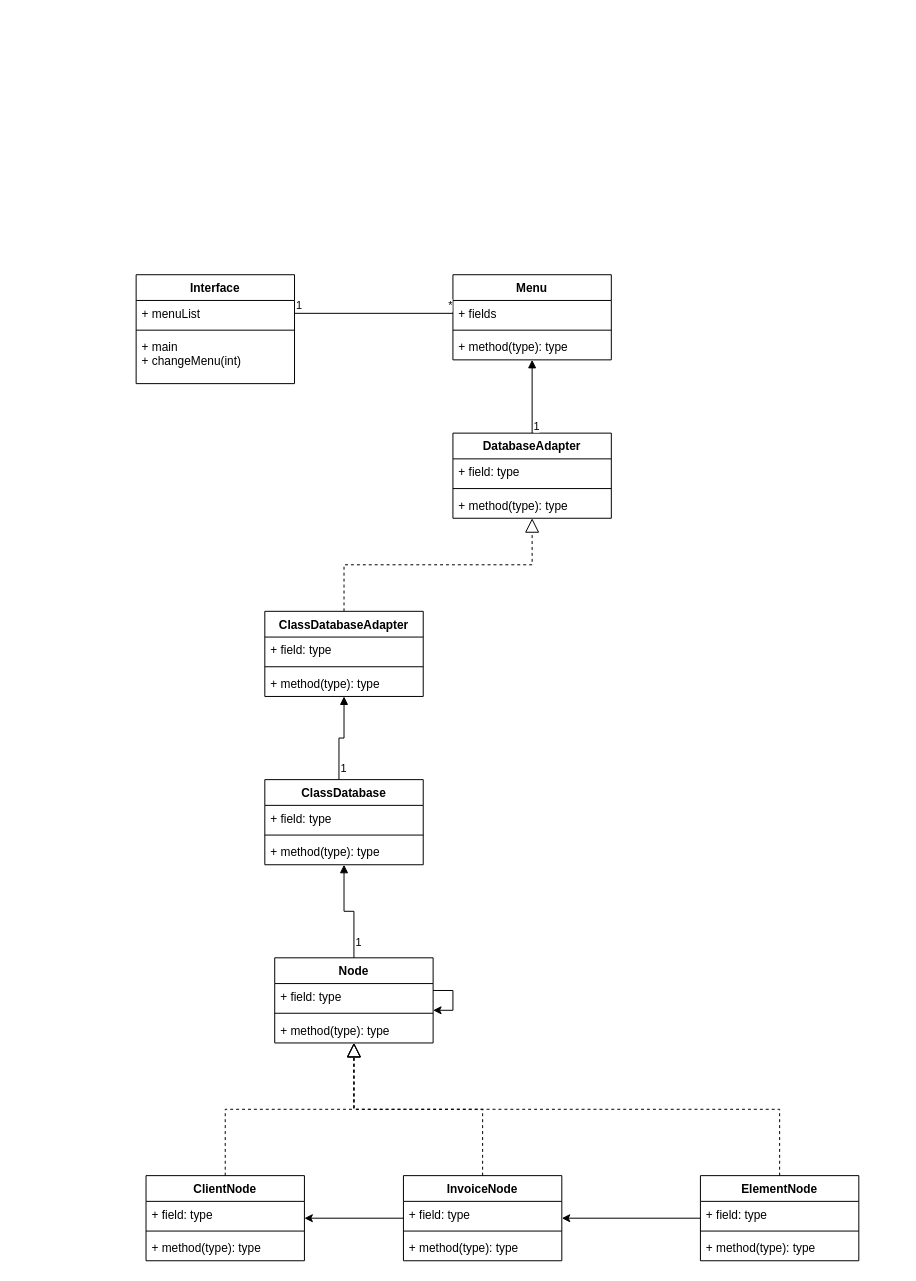
Earlier version of the draw.io diagram ClassDiagram.drawio (JanWolski/InvoiceManager). Source tidied: cells renumbered, new cells numbered last; positions are measured from the earlier drawing's top-left corner, leaving out a move shared by most shapes. Both pictures are drawn from the tidied source at 99%, with x=0, y=0 at pixel (136, 274).
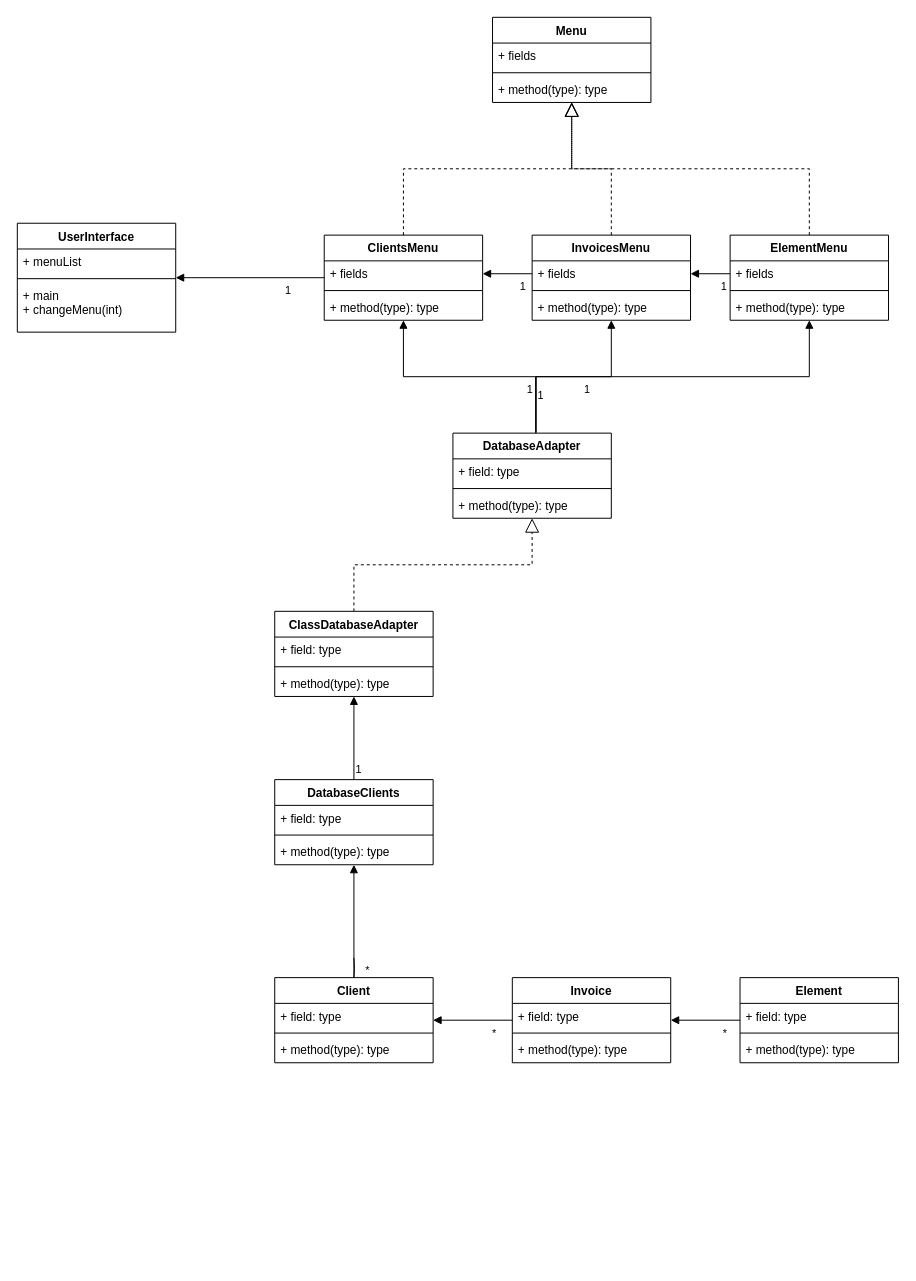
The same page after the edit.

The change refers to these unchanged cells:
```xml
<mxCell id="3" value="+ menuList" style="text;strokeColor=none;fillColor=none;align=left;verticalAlign=top;spacingLeft=4;spacingRight=4;overflow=hidden;points=[[0,0.5],[1,0.5]];portConstraint=eastwest;" parent="2" vertex="1">
  <mxGeometry y="26" width="160" height="26" as="geometry" />
</mxCell>
<mxCell id="7" value="+ fields" style="text;strokeColor=none;fillColor=none;align=left;verticalAlign=top;spacingLeft=4;spacingRight=4;overflow=hidden;points=[[0,0.5],[1,0.5]];portConstraint=eastwest;" parent="6" vertex="1">
  <mxGeometry y="26" width="160" height="26" as="geometry" />
</mxCell>
<mxCell id="13" value="DatabaseAdapter" style="swimlane;fontStyle=1;align=center;verticalAlign=top;horizontal=1;startSize=26;" parent="1" vertex="1">
  <mxGeometry x="320" y="160" width="160" height="86" as="geometry" />
</mxCell>
```

Change to the diagram source:
```diff
@@
-    <mxCell id="2" value="Interface" style="swimlane;fontStyle=1;align=center;verticalAlign=top;horizontal=1;startSize=26;" parent="1" vertex="1">
-      <mxGeometry width="160" height="110" as="geometry" />
+    <mxCell id="2" value="UserInterface" style="swimlane;fontStyle=1;align=center;verticalAlign=top;horizontal=1;startSize=26;" parent="1" vertex="1">
+      <mxGeometry x="-120" y="-52" width="160" height="110" as="geometry" />
     </mxCell>
@@
     <mxCell id="6" value="Menu" style="swimlane;fontStyle=1;align=center;verticalAlign=top;horizontal=1;startSize=26;" parent="1" vertex="1">
-      <mxGeometry x="320" width="160" height="86" as="geometry" />
+      <mxGeometry x="360" y="-260" width="160" height="86" as="geometry" />
     </mxCell>
@@
-    <mxCell id="10" style="endArrow=none;html=1;edgeStyle=orthogonalEdgeStyle;rounded=0;exitX=1;exitY=0.5;exitDx=0;exitDy=0;entryX=0;entryY=0.5;entryDx=0;entryDy=0;" parent="1" edge="1" source="3" target="7">
-      <mxGeometry relative="1" as="geometry" />
-    </mxCell>
-    <mxCell id="11" value="1" style="edgeLabel;html=1;align=left;verticalAlign=bottom;" parent="10" vertex="1">
-      <mxGeometry x="-1" relative="1" as="geometry" />
-    </mxCell>
-    <mxCell id="12" value="*" style="edgeLabel;html=1;align=right;verticalAlign=bottom;" parent="10" vertex="1">
-      <mxGeometry x="1" relative="1" as="geometry" />
-    </mxCell>
@@
-    <mxCell id="17" value="1" style="endArrow=block;endFill=1;html=1;edgeStyle=orthogonalEdgeStyle;align=left;verticalAlign=top;rounded=0;exitX=0.5;exitY=0;exitDx=0;exitDy=0;" parent="1" edge="1" source="13" target="6">
-      <mxGeometry x="-0.46" relative="1" as="geometry" />
-    </mxCell>
@@
     <mxCell id="19" value="ClassDatabaseAdapter" style="swimlane;fontStyle=1;align=center;verticalAlign=top;horizontal=1;startSize=26;" parent="1" vertex="1">
-      <mxGeometry x="130" y="340" width="160" height="86" as="geometry" />
+      <mxGeometry x="140" y="340" width="160" height="86" as="geometry" />
     </mxCell>
@@
-    <mxCell id="23" value="ClassDatabase" style="swimlane;fontStyle=1;align=center;verticalAlign=top;horizontal=1;startSize=26;" parent="1" vertex="1">
-      <mxGeometry x="130" y="510" width="160" height="86" as="geometry" />
+    <mxCell id="23" value="DatabaseClients" style="swimlane;fontStyle=1;align=center;verticalAlign=top;horizontal=1;startSize=26;" parent="1" vertex="1">
+      <mxGeometry x="140" y="510" width="160" height="86" as="geometry" />
     </mxCell>
@@
-    <mxCell id="27" value="Node" style="swimlane;fontStyle=1;align=center;verticalAlign=top;horizontal=1;startSize=26;" parent="1" vertex="1">
-      <mxGeometry x="140" y="690" width="160" height="86" as="geometry" />
-    </mxCell>
-    <mxCell id="28" value="+ field: type" style="text;strokeColor=none;fillColor=none;align=left;verticalAlign=top;spacingLeft=4;spacingRight=4;overflow=hidden;" parent="27" vertex="1">
-      <mxGeometry y="26" width="160" height="26" as="geometry" />
-    </mxCell>
-    <mxCell id="29" style="line;strokeWidth=1;fillColor=none;align=left;verticalAlign=middle;spacingTop=-1;spacingLeft=3;spacingRight=3;labelPosition=right;" parent="27" vertex="1">
-      <mxGeometry y="52" width="160" height="8" as="geometry" />
-    </mxCell>
-    <mxCell id="30" value="+ method(type): type" style="text;strokeColor=none;fillColor=none;align=left;verticalAlign=top;spacingLeft=4;spacingRight=4;overflow=hidden;" parent="27" vertex="1">
-      <mxGeometry y="60" width="160" height="26" as="geometry" />
-    </mxCell>
-    <mxCell id="31" value="1" style="endArrow=block;endFill=1;html=1;edgeStyle=orthogonalEdgeStyle;align=left;verticalAlign=top;rounded=0;exitX=0.468;exitY=0.001;exitDx=0;exitDy=0;exitPerimeter=0;" parent="1" edge="1" source="23" target="19">
+    <mxCell id="31" value="1" style="endArrow=block;endFill=1;html=1;edgeStyle=orthogonalEdgeStyle;align=left;verticalAlign=top;rounded=0;exitX=0.5;exitY=0;exitDx=0;exitDy=0;" parent="1" edge="1" source="23" target="19">
       <mxGeometry x="-0.46" relative="1" as="geometry" />
     </mxCell>
-    <mxCell id="32" value="1" style="endArrow=block;endFill=1;html=1;edgeStyle=orthogonalEdgeStyle;align=left;verticalAlign=top;rounded=0;exitX=0.5;exitY=0;exitDx=0;exitDy=0;" parent="1" edge="1" source="27" target="23">
-      <mxGeometry x="-0.46" relative="1" as="geometry" />
+    <mxCell id="32" value="*" style="endArrow=block;endFill=1;html=1;edgeStyle=orthogonalEdgeStyle;align=left;verticalAlign=top;rounded=0;exitX=0.5;exitY=0;exitDx=0;exitDy=0;startArrow=none;" parent="1" edge="1" source="51" target="23">
+      <mxGeometry x="-0.65" y="-10" relative="1" as="geometry" />
     </mxCell>
-    <mxCell id="33" style="edgeStyle=orthogonalEdgeStyle;rounded=0;orthogonalLoop=1;jettySize=auto;html=1;" parent="1" edge="1" source="27" target="27">
-      <mxGeometry relative="1" as="geometry" />
-    </mxCell>
-    <mxCell id="34" value="ClientNode" style="swimlane;fontStyle=1;align=center;verticalAlign=top;horizontal=1;startSize=26;" parent="1" vertex="1">
-      <mxGeometry x="10" y="910" width="160" height="86" as="geometry" />
-    </mxCell>
-    <mxCell id="35" value="+ field: type" style="text;strokeColor=none;fillColor=none;align=left;verticalAlign=top;spacingLeft=4;spacingRight=4;overflow=hidden;" parent="34" vertex="1">
-      <mxGeometry y="26" width="160" height="26" as="geometry" />
-    </mxCell>
-    <mxCell id="36" style="line;strokeWidth=1;fillColor=none;align=left;verticalAlign=middle;spacingTop=-1;spacingLeft=3;spacingRight=3;labelPosition=right;" parent="34" vertex="1">
-      <mxGeometry y="52" width="160" height="8" as="geometry" />
-    </mxCell>
-    <mxCell id="37" value="+ method(type): type" style="text;strokeColor=none;fillColor=none;align=left;verticalAlign=top;spacingLeft=4;spacingRight=4;overflow=hidden;" parent="34" vertex="1">
-      <mxGeometry y="60" width="160" height="26" as="geometry" />
-    </mxCell>
-    <mxCell id="38" style="endArrow=block;dashed=1;endFill=0;endSize=12;html=1;rounded=0;edgeStyle=orthogonalEdgeStyle;exitX=0.5;exitY=0;exitDx=0;exitDy=0;" parent="1" edge="1" source="34" target="27">
-      <mxGeometry relative="1" as="geometry" />
-    </mxCell>
-    <mxCell id="39" style="edgeStyle=orthogonalEdgeStyle;rounded=0;jettySize=auto;html=1;" parent="1" edge="1" source="40" target="34">
-      <mxGeometry relative="1" as="geometry" />
-    </mxCell>
-    <mxCell id="40" value="InvoiceNode" style="swimlane;fontStyle=1;align=center;verticalAlign=top;horizontal=1;startSize=26;" parent="1" vertex="1">
-      <mxGeometry x="270" y="910" width="160" height="86" as="geometry" />
-    </mxCell>
-    <mxCell id="41" value="+ field: type" style="text;strokeColor=none;fillColor=none;align=left;verticalAlign=top;spacingLeft=4;spacingRight=4;overflow=hidden;" parent="40" vertex="1">
-      <mxGeometry y="26" width="160" height="26" as="geometry" />
-    </mxCell>
-    <mxCell id="42" style="line;strokeWidth=1;fillColor=none;align=left;verticalAlign=middle;spacingTop=-1;spacingLeft=3;spacingRight=3;labelPosition=right;" parent="40" vertex="1">
-      <mxGeometry y="52" width="160" height="8" as="geometry" />
-    </mxCell>
-    <mxCell id="43" value="+ method(type): type" style="text;strokeColor=none;fillColor=none;align=left;verticalAlign=top;spacingLeft=4;spacingRight=4;overflow=hidden;" parent="40" vertex="1">
-      <mxGeometry y="60" width="160" height="26" as="geometry" />
-    </mxCell>
-    <mxCell id="44" style="endArrow=block;dashed=1;endFill=0;endSize=12;html=1;rounded=0;edgeStyle=orthogonalEdgeStyle;exitX=0.5;exitY=0;exitDx=0;exitDy=0;" parent="1" edge="1" source="40" target="27">
-      <mxGeometry relative="1" as="geometry" />
-    </mxCell>
-    <mxCell id="45" style="edgeStyle=orthogonalEdgeStyle;rounded=0;jettySize=auto;html=1;" parent="1" edge="1" source="46" target="40">
-      <mxGeometry relative="1" as="geometry" />
-    </mxCell>
-    <mxCell id="46" value="ElementNode" style="swimlane;fontStyle=1;align=center;verticalAlign=top;horizontal=1;startSize=26;" parent="1" vertex="1">
-      <mxGeometry x="570" y="910" width="160" height="86" as="geometry" />
-    </mxCell>
-    <mxCell id="47" value="+ field: type" style="text;strokeColor=none;fillColor=none;align=left;verticalAlign=top;spacingLeft=4;spacingRight=4;overflow=hidden;" parent="46" vertex="1">
-      <mxGeometry y="26" width="160" height="26" as="geometry" />
-    </mxCell>
-    <mxCell id="48" style="line;strokeWidth=1;fillColor=none;align=left;verticalAlign=middle;spacingTop=-1;spacingLeft=3;spacingRight=3;labelPosition=right;" parent="46" vertex="1">
-      <mxGeometry y="52" width="160" height="8" as="geometry" />
-    </mxCell>
-    <mxCell id="49" value="+ method(type): type" style="text;strokeColor=none;fillColor=none;align=left;verticalAlign=top;spacingLeft=4;spacingRight=4;overflow=hidden;" parent="46" vertex="1">
-      <mxGeometry y="60" width="160" height="26" as="geometry" />
-    </mxCell>
-    <mxCell id="50" style="endArrow=block;dashed=1;endFill=0;endSize=12;html=1;rounded=0;edgeStyle=orthogonalEdgeStyle;exitX=0.5;exitY=0;exitDx=0;exitDy=0;" parent="1" edge="1" source="46" target="27">
-      <mxGeometry relative="1" as="geometry" />
-    </mxCell>
+    <mxCell id="51" value="Client&#10;" style="swimlane;fontStyle=1;align=center;verticalAlign=top;horizontal=1;startSize=26;" parent="1" vertex="1">
+      <mxGeometry x="140" y="710" width="160" height="86" as="geometry" />
+    </mxCell>
+    <mxCell id="52" value="+ field: type" style="text;strokeColor=none;fillColor=none;align=left;verticalAlign=top;spacingLeft=4;spacingRight=4;overflow=hidden;" parent="51" vertex="1">
+      <mxGeometry y="26" width="160" height="26" as="geometry" />
+    </mxCell>
+    <mxCell id="53" style="line;strokeWidth=1;fillColor=none;align=left;verticalAlign=middle;spacingTop=-1;spacingLeft=3;spacingRight=3;labelPosition=right;" parent="51" vertex="1">
+      <mxGeometry y="52" width="160" height="8" as="geometry" />
+    </mxCell>
+    <mxCell id="54" value="+ method(type): type" style="text;strokeColor=none;fillColor=none;align=left;verticalAlign=top;spacingLeft=4;spacingRight=4;overflow=hidden;" parent="51" vertex="1">
+      <mxGeometry y="60" width="160" height="26" as="geometry" />
+    </mxCell>
+    <mxCell id="55" style="endArrow=none;endFill=1;html=1;edgeStyle=orthogonalEdgeStyle;align=left;verticalAlign=top;rounded=0;exitX=0.5;exitY=0;exitDx=0;exitDy=0;" parent="1" edge="1" target="51">
+      <mxGeometry x="-0.46" relative="1" as="geometry">
+        <mxPoint x="220" y="690" as="sourcePoint" />
+      </mxGeometry>
+    </mxCell>
+    <mxCell id="56" value="Invoice" style="swimlane;fontStyle=1;align=center;verticalAlign=top;horizontal=1;startSize=26;" parent="1" vertex="1">
+      <mxGeometry x="380" y="710" width="160" height="86" as="geometry" />
+    </mxCell>
+    <mxCell id="57" value="+ field: type" style="text;strokeColor=none;fillColor=none;align=left;verticalAlign=top;spacingLeft=4;spacingRight=4;overflow=hidden;" parent="56" vertex="1">
+      <mxGeometry y="26" width="160" height="26" as="geometry" />
+    </mxCell>
+    <mxCell id="58" style="line;strokeWidth=1;fillColor=none;align=left;verticalAlign=middle;spacingTop=-1;spacingLeft=3;spacingRight=3;labelPosition=right;" parent="56" vertex="1">
+      <mxGeometry y="52" width="160" height="8" as="geometry" />
+    </mxCell>
+    <mxCell id="59" value="+ method(type): type" style="text;strokeColor=none;fillColor=none;align=left;verticalAlign=top;spacingLeft=4;spacingRight=4;overflow=hidden;" parent="56" vertex="1">
+      <mxGeometry y="60" width="160" height="26" as="geometry" />
+    </mxCell>
+    <mxCell id="60" value="*" style="endArrow=block;endFill=1;html=1;edgeStyle=orthogonalEdgeStyle;align=left;verticalAlign=top;rounded=0;startArrow=none;" parent="1" edge="1" source="56" target="51">
+      <mxGeometry x="-0.46" relative="1" as="geometry" />
+    </mxCell>
+    <mxCell id="61" value="Element" style="swimlane;fontStyle=1;align=center;verticalAlign=top;horizontal=1;startSize=26;" parent="1" vertex="1">
+      <mxGeometry x="610" y="710" width="160" height="86" as="geometry" />
+    </mxCell>
+    <mxCell id="62" value="+ field: type" style="text;strokeColor=none;fillColor=none;align=left;verticalAlign=top;spacingLeft=4;spacingRight=4;overflow=hidden;" parent="61" vertex="1">
+      <mxGeometry y="26" width="160" height="26" as="geometry" />
+    </mxCell>
+    <mxCell id="63" style="line;strokeWidth=1;fillColor=none;align=left;verticalAlign=middle;spacingTop=-1;spacingLeft=3;spacingRight=3;labelPosition=right;" parent="61" vertex="1">
+      <mxGeometry y="52" width="160" height="8" as="geometry" />
+    </mxCell>
+    <mxCell id="64" value="+ method(type): type" style="text;strokeColor=none;fillColor=none;align=left;verticalAlign=top;spacingLeft=4;spacingRight=4;overflow=hidden;" parent="61" vertex="1">
+      <mxGeometry y="60" width="160" height="26" as="geometry" />
+    </mxCell>
+    <mxCell id="65" value="*" style="endArrow=block;endFill=1;html=1;edgeStyle=orthogonalEdgeStyle;align=left;verticalAlign=top;rounded=0;startArrow=none;" parent="1" edge="1" source="61" target="56">
+      <mxGeometry x="-0.46" relative="1" as="geometry" />
+    </mxCell>
+    <mxCell id="66" value="ClientsMenu" style="swimlane;fontStyle=1;align=center;verticalAlign=top;horizontal=1;startSize=26;" parent="1" vertex="1">
+      <mxGeometry x="190" y="-40" width="160" height="86" as="geometry" />
+    </mxCell>
+    <mxCell id="67" value="+ fields" style="text;strokeColor=none;fillColor=none;align=left;verticalAlign=top;spacingLeft=4;spacingRight=4;overflow=hidden;points=[[0,0.5],[1,0.5]];portConstraint=eastwest;" parent="66" vertex="1">
+      <mxGeometry y="26" width="160" height="26" as="geometry" />
+    </mxCell>
+    <mxCell id="68" style="line;strokeWidth=1;fillColor=none;align=left;verticalAlign=middle;spacingTop=-1;spacingLeft=3;spacingRight=3;labelPosition=right;" parent="66" vertex="1">
+      <mxGeometry y="52" width="160" height="8" as="geometry" />
+    </mxCell>
+    <mxCell id="69" value="+ method(type): type" style="text;strokeColor=none;fillColor=none;align=left;verticalAlign=top;spacingLeft=4;spacingRight=4;overflow=hidden;" parent="66" vertex="1">
+      <mxGeometry y="60" width="160" height="26" as="geometry" />
+    </mxCell>
+    <mxCell id="70" value="InvoicesMenu" style="swimlane;fontStyle=1;align=center;verticalAlign=top;horizontal=1;startSize=26;" parent="1" vertex="1">
+      <mxGeometry x="400" y="-40" width="160" height="86" as="geometry" />
+    </mxCell>
+    <mxCell id="71" value="+ fields" style="text;strokeColor=none;fillColor=none;align=left;verticalAlign=top;spacingLeft=4;spacingRight=4;overflow=hidden;points=[[0,0.5],[1,0.5]];portConstraint=eastwest;" parent="70" vertex="1">
+      <mxGeometry y="26" width="160" height="26" as="geometry" />
+    </mxCell>
+    <mxCell id="72" style="line;strokeWidth=1;fillColor=none;align=left;verticalAlign=middle;spacingTop=-1;spacingLeft=3;spacingRight=3;labelPosition=right;" parent="70" vertex="1">
+      <mxGeometry y="52" width="160" height="8" as="geometry" />
+    </mxCell>
+    <mxCell id="73" value="+ method(type): type" style="text;strokeColor=none;fillColor=none;align=left;verticalAlign=top;spacingLeft=4;spacingRight=4;overflow=hidden;" parent="70" vertex="1">
+      <mxGeometry y="60" width="160" height="26" as="geometry" />
+    </mxCell>
+    <mxCell id="74" value="ElementMenu" style="swimlane;fontStyle=1;align=center;verticalAlign=top;horizontal=1;startSize=26;" parent="1" vertex="1">
+      <mxGeometry x="600" y="-40" width="160" height="86" as="geometry" />
+    </mxCell>
+    <mxCell id="75" value="+ fields" style="text;strokeColor=none;fillColor=none;align=left;verticalAlign=top;spacingLeft=4;spacingRight=4;overflow=hidden;points=[[0,0.5],[1,0.5]];portConstraint=eastwest;" parent="74" vertex="1">
+      <mxGeometry y="26" width="160" height="26" as="geometry" />
+    </mxCell>
+    <mxCell id="76" style="line;strokeWidth=1;fillColor=none;align=left;verticalAlign=middle;spacingTop=-1;spacingLeft=3;spacingRight=3;labelPosition=right;" parent="74" vertex="1">
+      <mxGeometry y="52" width="160" height="8" as="geometry" />
+    </mxCell>
+    <mxCell id="77" value="+ method(type): type" style="text;strokeColor=none;fillColor=none;align=left;verticalAlign=top;spacingLeft=4;spacingRight=4;overflow=hidden;" parent="74" vertex="1">
+      <mxGeometry y="60" width="160" height="26" as="geometry" />
+    </mxCell>
+    <mxCell id="78" style="endArrow=block;dashed=1;endFill=0;endSize=12;html=1;rounded=0;edgeStyle=orthogonalEdgeStyle;exitX=0.5;exitY=0;exitDx=0;exitDy=0;" parent="1" edge="1" source="66" target="6">
+      <mxGeometry relative="1" as="geometry" />
+    </mxCell>
+    <mxCell id="79" style="endArrow=block;dashed=1;endFill=0;endSize=12;html=1;rounded=0;edgeStyle=orthogonalEdgeStyle;exitX=0.5;exitY=0;exitDx=0;exitDy=0;" parent="1" edge="1" source="70" target="6">
+      <mxGeometry relative="1" as="geometry" />
+    </mxCell>
+    <mxCell id="80" style="endArrow=block;dashed=1;endFill=0;endSize=12;html=1;rounded=0;edgeStyle=orthogonalEdgeStyle;exitX=0.5;exitY=0;exitDx=0;exitDy=0;" parent="1" edge="1" source="74" target="6">
+      <mxGeometry relative="1" as="geometry" />
+    </mxCell>
+    <mxCell id="81" value="1" style="endArrow=block;endFill=1;html=1;edgeStyle=orthogonalEdgeStyle;align=left;verticalAlign=top;rounded=0;exitX=0;exitY=0.5;exitDx=0;exitDy=0;entryX=1;entryY=0.5;entryDx=0;entryDy=0;" parent="1" edge="1" source="75" target="71">
+      <mxGeometry x="-0.46" relative="1" as="geometry" />
+    </mxCell>
+    <mxCell id="82" value="1" style="endArrow=block;endFill=1;html=1;edgeStyle=orthogonalEdgeStyle;align=left;verticalAlign=top;rounded=0;entryX=1;entryY=0.5;entryDx=0;entryDy=0;exitX=0;exitY=0.5;exitDx=0;exitDy=0;" parent="1" edge="1" source="71" target="67">
+      <mxGeometry x="-0.46" relative="1" as="geometry" />
+    </mxCell>
+    <mxCell id="83" value="1" style="endArrow=block;endFill=1;html=1;edgeStyle=orthogonalEdgeStyle;align=left;verticalAlign=top;rounded=0;exitX=0.523;exitY=-0.019;exitDx=0;exitDy=0;exitPerimeter=0;" parent="1" edge="1" source="13" target="66">
+      <mxGeometry x="-0.46" relative="1" as="geometry" />
+    </mxCell>
+    <mxCell id="84" value="1" style="endArrow=block;endFill=1;html=1;edgeStyle=orthogonalEdgeStyle;align=left;verticalAlign=top;rounded=0;exitX=0.525;exitY=-0.004;exitDx=0;exitDy=0;exitPerimeter=0;" parent="1" edge="1" source="13" target="70">
+      <mxGeometry x="-0.46" relative="1" as="geometry" />
+    </mxCell>
+    <mxCell id="85" value="1" style="endArrow=block;endFill=1;html=1;edgeStyle=orthogonalEdgeStyle;align=left;verticalAlign=top;rounded=0;exitX=0.523;exitY=0.004;exitDx=0;exitDy=0;exitPerimeter=0;" parent="1" edge="1" source="13" target="74">
+      <mxGeometry x="-0.46" relative="1" as="geometry" />
+    </mxCell>
+    <mxCell id="86" value="1" style="endArrow=block;endFill=1;html=1;edgeStyle=orthogonalEdgeStyle;align=left;verticalAlign=top;rounded=0;" parent="1" edge="1" source="66" target="2">
+      <mxGeometry x="-0.46" relative="1" as="geometry" />
+    </mxCell>
```
